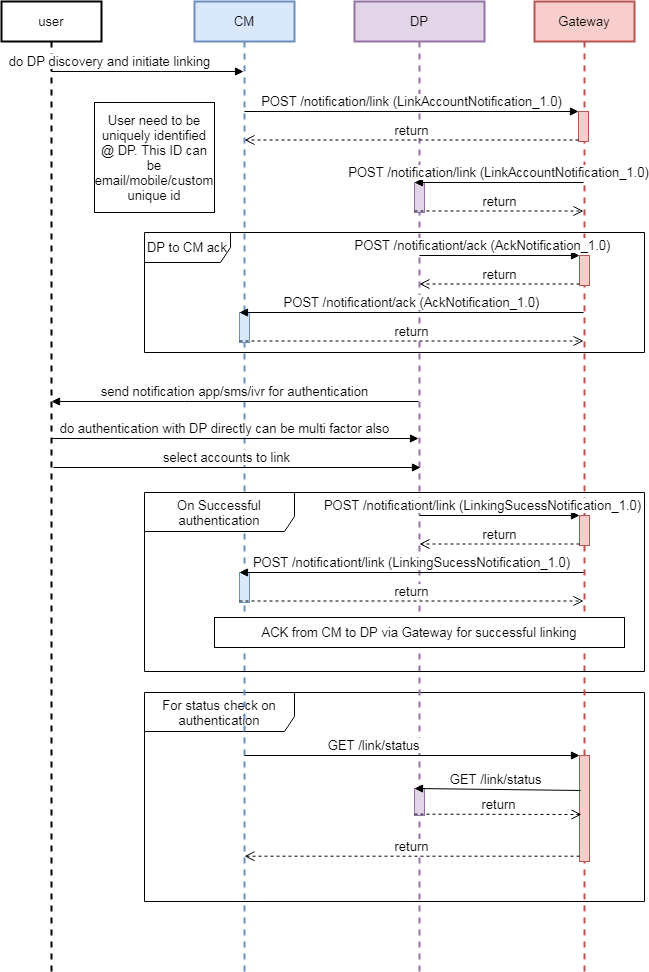
Before: seqDiagram/accountLinking-CMSide.png, a diagram exported from draw.io (iSPIRT/DEPA). Source tidied: cells renumbered, new cells last; positions are measured from the earlier drawing's top-left corner, leaving out a move shared by most shapes.
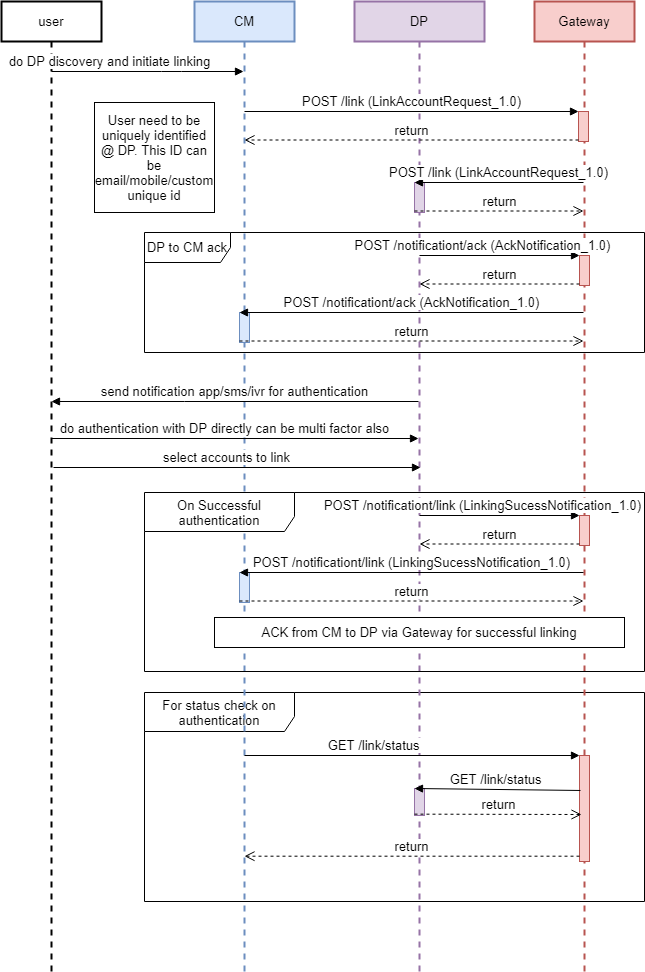
The same file after the commit.

What changed in the source:
```diff
@@ -64,13 +64,13 @@
     <mxCell id="16" style="html=1;points=[];perimeter=orthogonalPerimeter;fillColor=#dae8fc;strokeColor=#6c8ebf;fontSize=13;" parent="1" vertex="1">
       <mxGeometry x="238" y="311" width="10" height="30" as="geometry" />
     </mxCell>
-    <mxCell id="17" value="&lt;span style=&quot;font-size: 13px;&quot;&gt;POST /notification/link (LinkAccountNotification_1.0)&lt;/span&gt;" style="html=1;verticalAlign=bottom;endArrow=block;entryX=0;entryY=0;fontSize=13;" parent="1" edge="1" source="5" target="14">
+    <mxCell id="17" value="&lt;span style=&quot;font-size: 13px&quot;&gt;POST /link (LinkAccountRequest_1.0)&lt;/span&gt;" style="html=1;verticalAlign=bottom;endArrow=block;entryX=0;entryY=0;fontSize=13;" parent="1" edge="1" source="5" target="14">
       <mxGeometry relative="1" as="geometry" />
     </mxCell>
     <mxCell id="18" value="return" style="html=1;verticalAlign=bottom;endArrow=open;dashed=1;endSize=8;exitX=0;exitY=0.95;fontSize=13;" parent="1" edge="1" source="14" target="5">
       <mxGeometry relative="1" as="geometry" />
     </mxCell>
-    <mxCell id="19" value="&lt;span style=&quot;font-size: 13px&quot;&gt;POST /notification/link&amp;nbsp;&lt;/span&gt;&lt;span style=&quot;font-size: 13px&quot;&gt;(LinkAccountNotification_1.0)&lt;/span&gt;&lt;span style=&quot;font-size: 13px&quot;&gt;&lt;br style=&quot;font-size: 13px&quot;&gt;&lt;/span&gt;" style="html=1;verticalAlign=bottom;endArrow=block;entryX=0;entryY=0;fontSize=13;" parent="1" edge="1" source="8" target="13">
+    <mxCell id="19" value="POST /link (LinkAccountRequest_1.0)&lt;span style=&quot;font-size: 13px&quot;&gt;&lt;br style=&quot;font-size: 13px&quot;&gt;&lt;/span&gt;" style="html=1;verticalAlign=bottom;endArrow=block;entryX=0;entryY=0;fontSize=13;" parent="1" edge="1" source="8" target="13">
       <mxGeometry relative="1" as="geometry" />
     </mxCell>
     <mxCell id="20" value="return" style="html=1;verticalAlign=bottom;endArrow=open;dashed=1;endSize=8;exitX=0;exitY=0.95;fontSize=13;" parent="1" edge="1" source="13" target="8">
```
